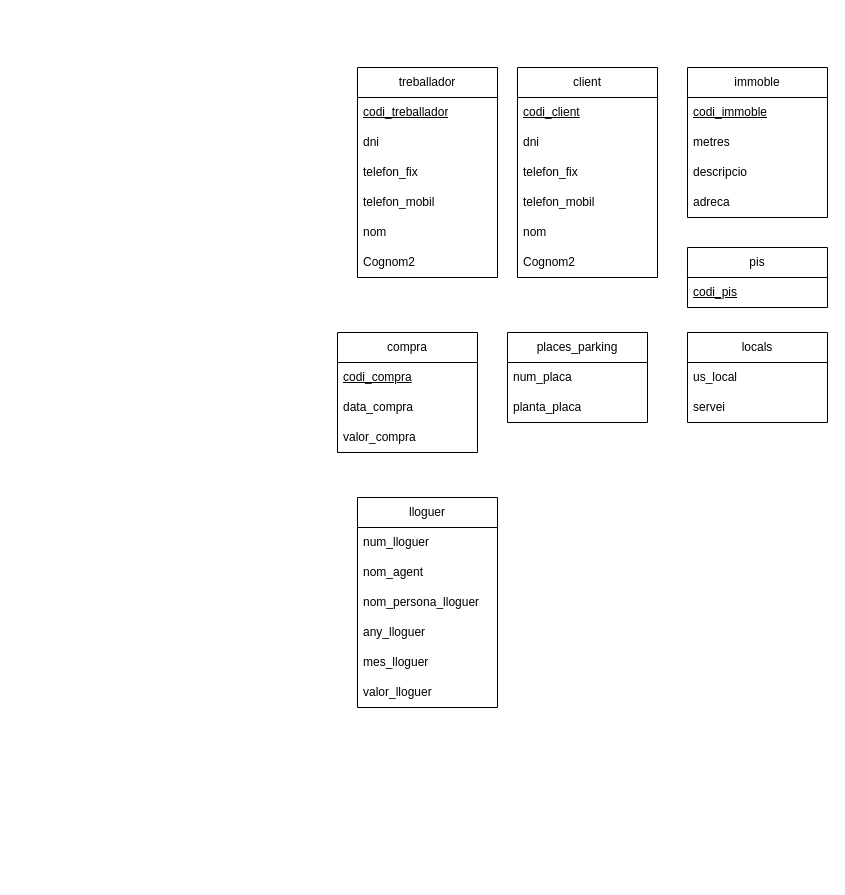
Before: M02_RA2_PT1(2).drawio in victor06-git/Progam_with_Victor, a draw.io diagram. Source tidied: cells renumbered, new cells numbered last; positions are measured from the earlier drawing's top-left corner, leaving out a move shared by most shapes. Both pictures are drawn from the tidied source at 100%, with x=0, y=0 at pixel (337, 67).
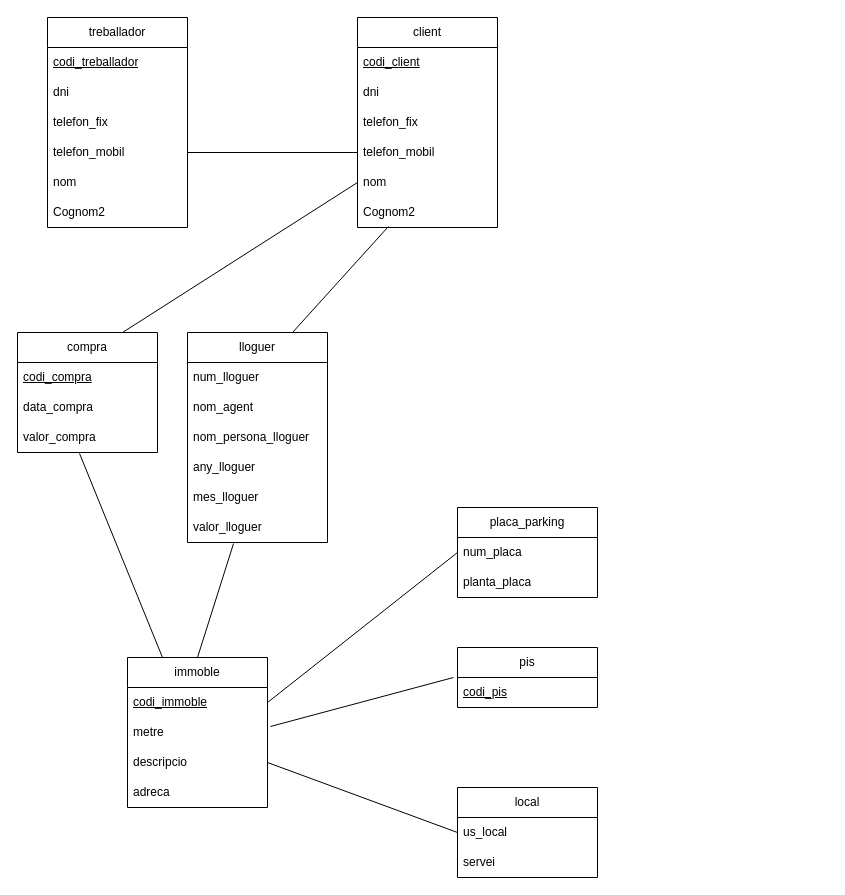
After the change.

The change refers to these unchanged cells:
```xml
<mxCell id="6" value="telefon_mobil" style="text;strokeColor=none;fillColor=none;align=left;verticalAlign=middle;spacingLeft=4;spacingRight=4;overflow=hidden;points=[[0,0.5],[1,0.5]];portConstraint=eastwest;whiteSpace=wrap;html=1;" parent="2" vertex="1">
  <mxGeometry y="120" width="140" height="30" as="geometry" />
</mxCell>
<mxCell id="7" value="nom" style="text;strokeColor=none;fillColor=none;align=left;verticalAlign=middle;spacingLeft=4;spacingRight=4;overflow=hidden;points=[[0,0.5],[1,0.5]];portConstraint=eastwest;whiteSpace=wrap;html=1;" parent="2" vertex="1">
  <mxGeometry y="150" width="140" height="30" as="geometry" />
</mxCell>
<mxCell id="8" value="Cognom2" style="text;strokeColor=none;fillColor=none;align=left;verticalAlign=middle;spacingLeft=4;spacingRight=4;overflow=hidden;points=[[0,0.5],[1,0.5]];portConstraint=eastwest;whiteSpace=wrap;html=1;" parent="2" vertex="1">
  <mxGeometry y="180" width="140" height="30" as="geometry" />
</mxCell>
<mxCell id="13" value="telefon_mobil" style="text;strokeColor=none;fillColor=none;align=left;verticalAlign=middle;spacingLeft=4;spacingRight=4;overflow=hidden;points=[[0,0.5],[1,0.5]];portConstraint=eastwest;whiteSpace=wrap;html=1;" parent="9" vertex="1">
  <mxGeometry y="120" width="140" height="30" as="geometry" />
</mxCell>
<mxCell id="17" value="&lt;u&gt;codi_immoble&lt;/u&gt;" style="text;strokeColor=none;fillColor=none;align=left;verticalAlign=middle;spacingLeft=4;spacingRight=4;overflow=hidden;points=[[0,0.5],[1,0.5]];portConstraint=eastwest;whiteSpace=wrap;html=1;" parent="16" vertex="1">
  <mxGeometry y="30" width="140" height="30" as="geometry" />
</mxCell>
<mxCell id="19" value="descripcio" style="text;strokeColor=none;fillColor=none;align=left;verticalAlign=middle;spacingLeft=4;spacingRight=4;overflow=hidden;points=[[0,0.5],[1,0.5]];portConstraint=eastwest;whiteSpace=wrap;html=1;" parent="16" vertex="1">
  <mxGeometry y="90" width="140" height="30" as="geometry" />
</mxCell>
<mxCell id="22" value="&lt;u&gt;codi_pis&lt;/u&gt;" style="text;strokeColor=none;fillColor=none;align=left;verticalAlign=middle;spacingLeft=4;spacingRight=4;overflow=hidden;points=[[0,0.5],[1,0.5]];portConstraint=eastwest;whiteSpace=wrap;html=1;" parent="21" vertex="1">
  <mxGeometry y="30" width="140" height="30" as="geometry" />
</mxCell>
<mxCell id="24" value="us_local" style="text;strokeColor=none;fillColor=none;align=left;verticalAlign=middle;spacingLeft=4;spacingRight=4;overflow=hidden;points=[[0,0.5],[1,0.5]];portConstraint=eastwest;whiteSpace=wrap;html=1;" parent="23" vertex="1">
  <mxGeometry y="30" width="140" height="30" as="geometry" />
</mxCell>
<mxCell id="27" value="num_placa" style="text;strokeColor=none;fillColor=none;align=left;verticalAlign=middle;spacingLeft=4;spacingRight=4;overflow=hidden;points=[[0,0.5],[1,0.5]];portConstraint=eastwest;whiteSpace=wrap;html=1;" parent="26" vertex="1">
  <mxGeometry y="30" width="140" height="30" as="geometry" />
</mxCell>
<mxCell id="32" value="valor_compra" style="text;strokeColor=none;fillColor=none;align=left;verticalAlign=middle;spacingLeft=4;spacingRight=4;overflow=hidden;points=[[0,0.5],[1,0.5]];portConstraint=eastwest;whiteSpace=wrap;html=1;" parent="29" vertex="1">
  <mxGeometry y="90" width="140" height="30" as="geometry" />
</mxCell>
<mxCell id="39" value="valor_lloguer" style="text;strokeColor=none;fillColor=none;align=left;verticalAlign=middle;spacingLeft=4;spacingRight=4;overflow=hidden;points=[[0,0.5],[1,0.5]];portConstraint=eastwest;whiteSpace=wrap;html=1;" parent="33" vertex="1">
  <mxGeometry y="180" width="140" height="30" as="geometry" />
</mxCell>
```

Change to the diagram source:
```diff
@@
     <mxCell id="2" value="client" style="swimlane;fontStyle=0;horizontal=1;startSize=30;whiteSpace=wrap;html=1;" parent="1" vertex="1">
-      <mxGeometry x="180" width="140" height="210" as="geometry" />
+      <mxGeometry x="20" y="-50" width="140" height="210" as="geometry" />
     </mxCell>
@@
     <mxCell id="9" value="treballador" style="swimlane;fontStyle=0;horizontal=1;startSize=30;whiteSpace=wrap;html=1;" parent="1" vertex="1">
-      <mxGeometry x="20" width="140" height="210" as="geometry" />
+      <mxGeometry x="-290" y="-50" width="140" height="210" as="geometry" />
     </mxCell>
@@
     <mxCell id="16" value="immoble" style="swimlane;fontStyle=0;horizontal=1;startSize=30;whiteSpace=wrap;html=1;" parent="1" vertex="1">
-      <mxGeometry x="350" width="140" height="150" as="geometry" />
+      <mxGeometry x="-210" y="590" width="140" height="150" as="geometry" />
     </mxCell>
@@
-    <mxCell id="18" value="metres" style="text;strokeColor=none;fillColor=none;align=left;verticalAlign=middle;spacingLeft=4;spacingRight=4;overflow=hidden;points=[[0,0.5],[1,0.5]];portConstraint=eastwest;whiteSpace=wrap;html=1;" parent="16" vertex="1">
+    <mxCell id="18" value="metre" style="text;strokeColor=none;fillColor=none;align=left;verticalAlign=middle;spacingLeft=4;spacingRight=4;overflow=hidden;points=[[0,0.5],[1,0.5]];portConstraint=eastwest;whiteSpace=wrap;html=1;" parent="16" vertex="1">
       <mxGeometry y="60" width="140" height="30" as="geometry" />
     </mxCell>
@@
     <mxCell id="21" value="pis" style="swimlane;fontStyle=0;horizontal=1;startSize=30;whiteSpace=wrap;html=1;" parent="1" vertex="1">
-      <mxGeometry x="350" y="180" width="140" height="60" as="geometry" />
+      <mxGeometry x="120" y="580" width="140" height="60" as="geometry" />
     </mxCell>
@@
-    <mxCell id="23" value="locals" style="swimlane;fontStyle=0;horizontal=1;startSize=30;whiteSpace=wrap;html=1;" parent="1" vertex="1">
-      <mxGeometry x="350" y="265" width="140" height="90" as="geometry" />
+    <mxCell id="23" value="local" style="swimlane;fontStyle=0;horizontal=1;startSize=30;whiteSpace=wrap;html=1;" parent="1" vertex="1">
+      <mxGeometry x="120" y="720" width="140" height="90" as="geometry" />
     </mxCell>
@@
-    <mxCell id="26" value="places_parking" style="swimlane;fontStyle=0;horizontal=1;startSize=30;whiteSpace=wrap;html=1;" parent="1" vertex="1">
-      <mxGeometry x="170" y="265" width="140" height="90" as="geometry" />
+    <mxCell id="26" value="placa_parking" style="swimlane;fontStyle=0;horizontal=1;startSize=30;whiteSpace=wrap;html=1;" parent="1" vertex="1">
+      <mxGeometry x="120" y="440" width="140" height="90" as="geometry" />
     </mxCell>
@@
     <mxCell id="29" value="compra" style="swimlane;fontStyle=0;horizontal=1;startSize=30;whiteSpace=wrap;html=1;" parent="1" vertex="1">
-      <mxGeometry y="265" width="140" height="120" as="geometry" />
+      <mxGeometry x="-320" y="265" width="140" height="120" as="geometry" />
     </mxCell>
@@
     <mxCell id="33" value="lloguer" style="swimlane;fontStyle=0;horizontal=1;startSize=30;whiteSpace=wrap;html=1;" parent="1" vertex="1">
-      <mxGeometry x="20" y="430" width="140" height="210" as="geometry" />
+      <mxGeometry x="-150" y="265" width="140" height="210" as="geometry" />
     </mxCell>
@@
+    <mxCell id="40" style="endArrow=none;html=1;rounded=0;entryX=0.75;entryY=0;entryDx=0;entryDy=0;exitX=0.221;exitY=0.967;exitDx=0;exitDy=0;exitPerimeter=0;" parent="1" edge="1" source="8" target="33">
+      <mxGeometry relative="1" as="geometry" />
+    </mxCell>
+    <mxCell id="41" style="endArrow=none;html=1;rounded=0;entryX=0.75;entryY=0;entryDx=0;entryDy=0;exitX=0;exitY=0.5;exitDx=0;exitDy=0;" parent="1" edge="1" source="7" target="29">
+      <mxGeometry relative="1" as="geometry" />
+    </mxCell>
+    <mxCell id="42" style="endArrow=none;html=1;rounded=0;entryX=0.25;entryY=0;entryDx=0;entryDy=0;exitX=0.443;exitY=1.033;exitDx=0;exitDy=0;exitPerimeter=0;" parent="1" edge="1" source="32" target="16">
+      <mxGeometry relative="1" as="geometry" />
+    </mxCell>
+    <mxCell id="43" style="endArrow=none;html=1;rounded=0;entryX=0.5;entryY=0;entryDx=0;entryDy=0;exitX=0.329;exitY=1.033;exitDx=0;exitDy=0;exitPerimeter=0;" parent="1" edge="1" source="39" target="16">
+      <mxGeometry relative="1" as="geometry" />
+    </mxCell>
+    <mxCell id="44" style="endArrow=none;html=1;rounded=0;entryX=1;entryY=0.5;entryDx=0;entryDy=0;exitX=0;exitY=0.5;exitDx=0;exitDy=0;" parent="1" edge="1" source="27" target="17">
+      <mxGeometry relative="1" as="geometry" />
+    </mxCell>
+    <mxCell id="45" style="endArrow=none;html=1;rounded=0;entryX=1.021;entryY=0.3;entryDx=0;entryDy=0;exitX=-0.029;exitY=0;exitDx=0;exitDy=0;entryPerimeter=0;exitPerimeter=0;" parent="1" edge="1" source="22" target="18">
+      <mxGeometry relative="1" as="geometry" />
+    </mxCell>
+    <mxCell id="46" style="endArrow=none;html=1;rounded=0;exitX=0;exitY=0.5;exitDx=0;exitDy=0;entryX=1;entryY=0.5;entryDx=0;entryDy=0;" parent="1" edge="1" source="24" target="19">
+      <mxGeometry relative="1" as="geometry" />
+    </mxCell>
+    <mxCell id="47" style="endArrow=none;html=1;rounded=0;entryX=1;entryY=0.5;entryDx=0;entryDy=0;" parent="1" edge="1" source="6" target="13">
+      <mxGeometry relative="1" as="geometry" />
+    </mxCell>
```
